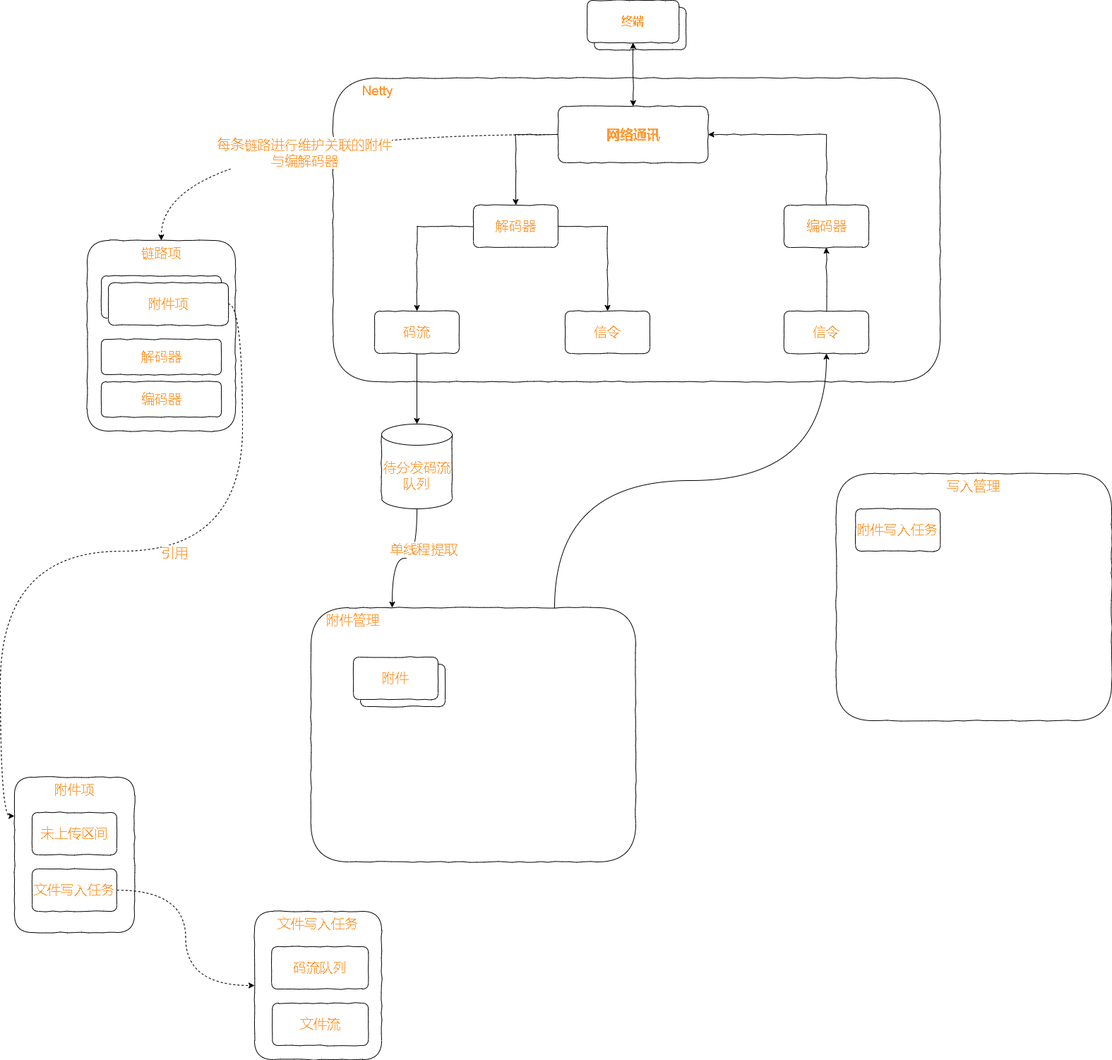
xktder/draw keeps this draw.io diagram as test.drawio.png. Above is the earlier version. Source tidied: cells renumbered, new cells last; positions are measured from the earlier drawing's top-left corner, leaving out a move shared by most shapes.
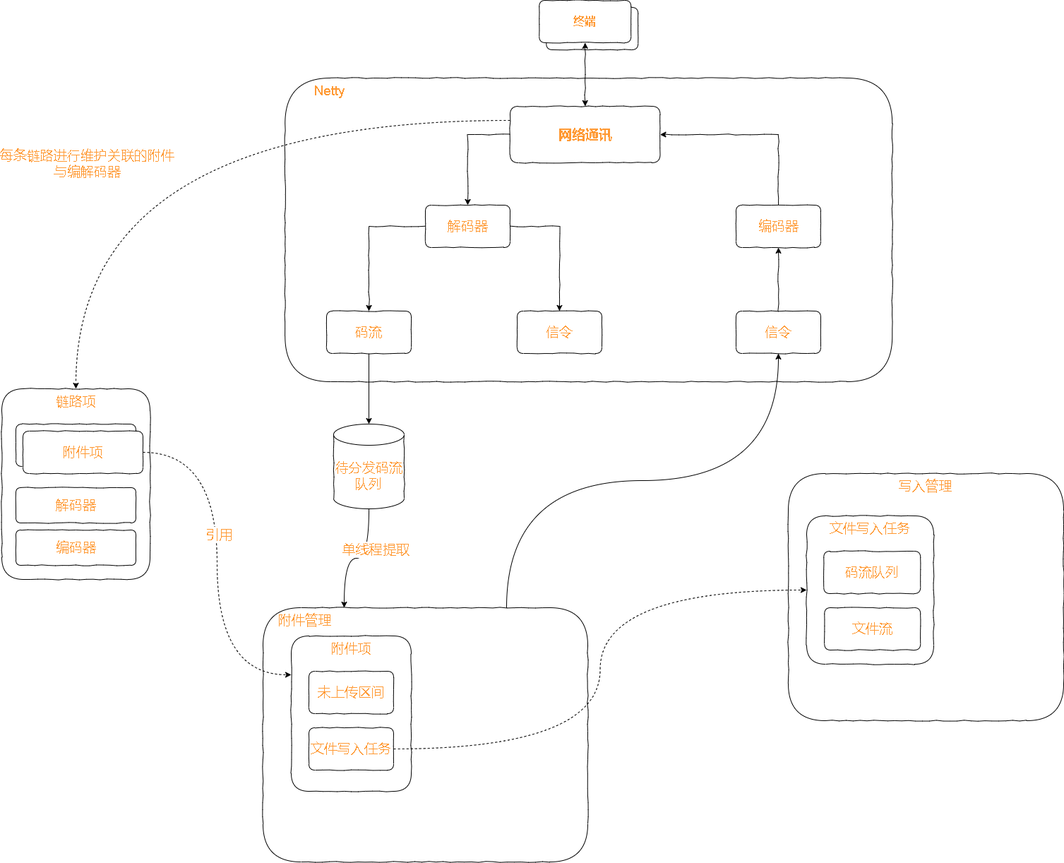
Above is the later version.

What changed in the source:
```diff
@@ -32,11 +32,13 @@
     <mxCell id="11" style="edgeStyle=orthogonalEdgeStyle;rounded=0;comic=1;jettySize=auto;html=1;exitX=1;exitY=0.5;exitDx=0;exitDy=0;fontSize=19;fontColor=#FF9933;startArrow=classic;startFill=1;entryX=0.5;entryY=0;entryDx=0;entryDy=0;endArrow=none;endFill=0;" parent="1" edge="1" source="14" target="18">
       <mxGeometry relative="1" as="geometry" />
     </mxCell>
-    <mxCell id="12" style="edgeStyle=orthogonalEdgeStyle;curved=1;rounded=0;comic=0;jettySize=auto;html=1;dashed=1;fontSize=19;fontColor=#FF9933;startArrow=none;startFill=0;endArrow=classic;endFill=1;" parent="1" edge="1" source="14" target="36">
+    <mxCell id="12" style="edgeStyle=orthogonalEdgeStyle;curved=1;rounded=0;comic=0;jettySize=auto;html=1;dashed=1;fontSize=19;fontColor=#FF9933;startArrow=none;startFill=0;endArrow=classic;endFill=1;exitX=0;exitY=0.25;exitDx=0;exitDy=0;" parent="1" edge="1" source="14" target="36">
       <mxGeometry relative="1" as="geometry" />
     </mxCell>
     <mxCell id="13" value="每条链路进行维护关联的附件&lt;br&gt;与编解码器" style="edgeLabel;html=1;align=center;verticalAlign=middle;fontSize=19;fontColor=#FF9933;" parent="12" vertex="1">
-      <mxGeometry x="0.01" y="25" relative="1" as="geometry" />
+      <mxGeometry x="0.01" y="25" relative="1" as="geometry">
+        <mxPoint x="-96" y="35" as="offset" />
+      </mxGeometry>
     </mxCell>
     <mxCell id="14" value="&lt;font style=&quot;font-size: 19px;&quot;&gt;&lt;b&gt;网络通讯&lt;/b&gt;&lt;/font&gt;" style="rounded=1;whiteSpace=wrap;html=1;comic=1;fontSize=16;fontColor=#FF9933;strokeColor=default;gradientColor=none;" parent="1" vertex="1">
       <mxGeometry x="770" y="150" width="212.5" height="80" as="geometry" />
@@ -62,24 +64,12 @@
     <mxCell id="21" value="信令" style="rounded=1;whiteSpace=wrap;html=1;comic=1;fontSize=19;fontColor=#FF9933;strokeColor=default;gradientColor=none;" parent="1" vertex="1">
       <mxGeometry x="780" y="440" width="120" height="60" as="geometry" />
     </mxCell>
-    <mxCell id="22" value="附件写入任务" style="rounded=1;whiteSpace=wrap;html=1;comic=1;fontSize=19;fontColor=#FF9933;strokeColor=default;gradientColor=none;" parent="1" vertex="1">
-      <mxGeometry x="1191.2" y="720" width="120" height="60" as="geometry" />
-    </mxCell>
     <mxCell id="23" style="edgeStyle=orthogonalEdgeStyle;rounded=0;comic=1;jettySize=auto;html=1;entryX=0.5;entryY=1;entryDx=0;entryDy=0;fontSize=19;fontColor=#FF9933;startArrow=none;startFill=0;endArrow=classic;endFill=1;" parent="1" edge="1" source="24" target="18">
       <mxGeometry relative="1" as="geometry" />
     </mxCell>
     <mxCell id="24" value="信令" style="rounded=1;whiteSpace=wrap;html=1;comic=1;fontSize=19;fontColor=#FF9933;strokeColor=default;gradientColor=none;" parent="1" vertex="1">
       <mxGeometry x="1090" y="440" width="120" height="60" as="geometry" />
     </mxCell>
-    <mxCell id="25" style="group;" parent="1" vertex="1">
-      <mxGeometry x="480" y="930" width="130" height="70" as="geometry" />
-    </mxCell>
-    <mxCell id="26" value="附件" style="rounded=1;whiteSpace=wrap;html=1;comic=1;fontSize=19;fontColor=#FF9933;strokeColor=default;gradientColor=none;" parent="25" vertex="1">
-      <mxGeometry x="10" y="10" width="120" height="60" as="geometry" />
-    </mxCell>
-    <mxCell id="27" value="附件" style="rounded=1;whiteSpace=wrap;html=1;comic=1;fontSize=19;fontColor=#FF9933;strokeColor=default;gradientColor=none;" parent="25" vertex="1">
-      <mxGeometry width="120" height="60" as="geometry" />
-    </mxCell>
     <mxCell id="28" style="edgeStyle=orthogonalEdgeStyle;curved=1;rounded=0;comic=0;jettySize=auto;html=1;entryX=0.25;entryY=0;entryDx=0;entryDy=0;fontSize=19;fontColor=#FF9933;startArrow=none;startFill=0;endArrow=classic;endFill=1;" parent="1" edge="1" source="30" target="5">
       <mxGeometry relative="1" as="geometry" />
     </mxCell>
@@ -90,7 +80,7 @@
       <mxGeometry x="520" y="600" width="100" height="120" as="geometry" />
     </mxCell>
     <mxCell id="31" style="group;" parent="1" vertex="1">
-      <mxGeometry y="1100" width="170" height="220" as="geometry" />
+      <mxGeometry x="460" y="900" width="170" height="220" as="geometry" />
     </mxCell>
     <mxCell id="32" value="附件项" style="rounded=1;whiteSpace=wrap;html=1;comic=1;fontSize=19;fontColor=#FF9933;strokeColor=default;gradientColor=none;verticalAlign=top;" parent="31" vertex="1">
       <mxGeometry width="170" height="220" as="geometry" />
@@ -102,7 +92,7 @@
       <mxGeometry x="25" y="130" width="120" height="60" as="geometry" />
     </mxCell>
     <mxCell id="35" style="group;" parent="1" vertex="1">
-      <mxGeometry x="103" y="340" width="210" height="270" as="geometry" />
+      <mxGeometry x="50" y="550" width="210" height="270" as="geometry" />
     </mxCell>
     <mxCell id="36" value="链路项" style="rounded=1;whiteSpace=wrap;html=1;comic=1;fontSize=19;fontColor=#FF9933;strokeColor=default;gradientColor=none;verticalAlign=top;" parent="35" vertex="1">
       <mxGeometry width="210" height="270" as="geometry" />
@@ -129,7 +119,7 @@
       <mxGeometry x="-0.16" y="2" relative="1" as="geometry" />
     </mxCell>
     <mxCell id="44" style="group;" parent="1" vertex="1">
-      <mxGeometry x="340" y="1290" width="180" height="210" as="geometry" />
+      <mxGeometry x="1190" y="730" width="180" height="210" as="geometry" />
     </mxCell>
     <mxCell id="45" value="文件写入任务" style="rounded=1;whiteSpace=wrap;html=1;comic=1;fontSize=19;fontColor=#FF9933;strokeColor=default;gradientColor=none;verticalAlign=top;" parent="44" vertex="1">
       <mxGeometry width="180" height="210" as="geometry" />
```
